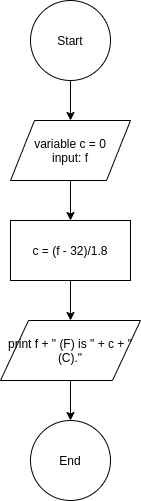
Before: FahToCel.png, a diagram exported from draw.io (stsiwo/FlowCharts_IRC110). Source tidied: cells renumbered, new cells last; positions are measured from the earlier drawing's top-left corner, leaving out a move shared by most shapes.
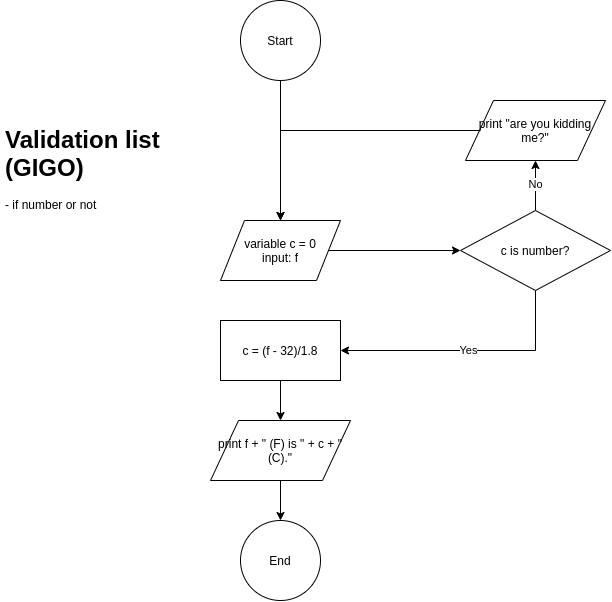
Above is the later version.

What changed in the source:
```diff
@@ -6,11 +6,11 @@
       <mxGeometry relative="1" as="geometry" />
     </mxCell>
     <mxCell id="3" value="Start" style="ellipse;whiteSpace=wrap;html=1;" parent="1" vertex="1">
-      <mxGeometry x="30" width="80" height="80" as="geometry" />
+      <mxGeometry x="30" y="-100" width="80" height="80" as="geometry" />
     </mxCell>
-    <mxCell id="4" style="edgeStyle=orthogonalEdgeStyle;rounded=0;jettySize=auto;html=1;" parent="1" edge="1" source="5" target="7">
-      <mxGeometry relative="1" as="geometry" />
-    </mxCell>
+    <mxCell id="11" style="edgeStyle=orthogonalEdgeStyle;rounded=0;jettySize=auto;html=1;entryX=0;entryY=0.5;entryDx=0;entryDy=0;" parent="1" edge="1" source="5" target="16">
+      <mxGeometry relative="1" as="geometry" />
+    </mxCell>
     <mxCell id="5" value="variable c = 0&lt;br&gt;input: f" style="shape=parallelogram;perimeter=parallelogramPerimeter;whiteSpace=wrap;html=1;" parent="1" vertex="1">
       <mxGeometry x="10" y="120" width="120" height="60" as="geometry" />
     </mxCell>
@@ -29,5 +29,30 @@
     <mxCell id="10" value="End" style="ellipse;whiteSpace=wrap;html=1;" parent="1" vertex="1">
       <mxGeometry x="30" y="420" width="80" height="80" as="geometry" />
     </mxCell>
+    <mxCell id="12" value="&amp;nbsp;&amp;nbsp;&lt;span style=&quot;color: rgba(0 , 0 , 0 , 0) ; font-family: monospace ; font-size: 0px&quot;&gt;%3CmxGraphModel%3E%3Croot%3E%3CmxCell%20id%3D%220%22%2F%3E%3CmxCell%20id%3D%221%22%20parent%3D%220%22%2F%3E%3CmxCell%20id%3D%222%22%20value%3D%22%26lt%3Bh1%26gt%3BValidation%20list%20(GIGO)%26lt%3B%2Fh1%26gt%3B%26lt%3Bp%26gt%3B-%20if%20number%20or%20not%26lt%3B%2Fp%26gt%3B%22%20style%3D%22text%3Bhtml%3D1%3BstrokeColor%3Dnone%3BfillColor%3Dnone%3Bspacing%3D5%3BspacingTop%3D-20%3BwhiteSpace%3Dwrap%3Boverflow%3Dhidden%3Brounded%3D0%3B%22%20vertex%3D%221%22%20parent%3D%221%22%3E%3CmxGeometry%20x%3D%22-230%22%20y%3D%22-80%22%20width%3D%22190%22%20height%3D%22120%22%20as%3D%22geometry%22%2F%3E%3C%2FmxCell%3E%3C%2Froot%3E%3C%2FmxGraphModel%3E&lt;/span&gt;" style="text;html=1;align=center;verticalAlign=middle;" parent="1" vertex="1">
+      <mxGeometry x="170" y="131" width="20" height="20" as="geometry" />
+    </mxCell>
+    <mxCell id="13" value="&lt;h1&gt;Validation list (GIGO)&lt;/h1&gt;&lt;p&gt;- if number or not&lt;/p&gt;" style="text;html=1;strokeColor=none;fillColor=none;spacing=5;spacingTop=-20;whiteSpace=wrap;overflow=hidden;rounded=0;" parent="1" vertex="1">
+      <mxGeometry x="-210" y="20" width="190" height="120" as="geometry" />
+    </mxCell>
+    <mxCell id="14" value="No" style="edgeStyle=orthogonalEdgeStyle;rounded=0;jettySize=auto;html=1;" parent="1" edge="1" source="16" target="18">
+      <mxGeometry relative="1" as="geometry" />
+    </mxCell>
+    <mxCell id="15" value="Yes" style="edgeStyle=orthogonalEdgeStyle;rounded=0;jettySize=auto;html=1;entryX=1;entryY=0.5;entryDx=0;entryDy=0;" parent="1" edge="1" source="16" target="7">
+      <mxGeometry relative="1" as="geometry">
+        <Array as="points">
+          <mxPoint x="325" y="250" />
+        </Array>
+      </mxGeometry>
+    </mxCell>
+    <mxCell id="16" value="c is number?" style="rhombus;whiteSpace=wrap;html=1;" parent="1" vertex="1">
+      <mxGeometry x="250" y="110" width="150" height="80" as="geometry" />
+    </mxCell>
+    <mxCell id="17" style="edgeStyle=orthogonalEdgeStyle;rounded=0;jettySize=auto;html=1;entryX=0.5;entryY=0;entryDx=0;entryDy=0;" parent="1" edge="1" source="18" target="5">
+      <mxGeometry relative="1" as="geometry" />
+    </mxCell>
+    <mxCell id="18" value="print &quot;are you kidding me?&quot;" style="shape=parallelogram;perimeter=parallelogramPerimeter;whiteSpace=wrap;html=1;" parent="1" vertex="1">
+      <mxGeometry x="255" width="140" height="60" as="geometry" />
+    </mxCell>
   </root>
 </mxGraphModel>
```
